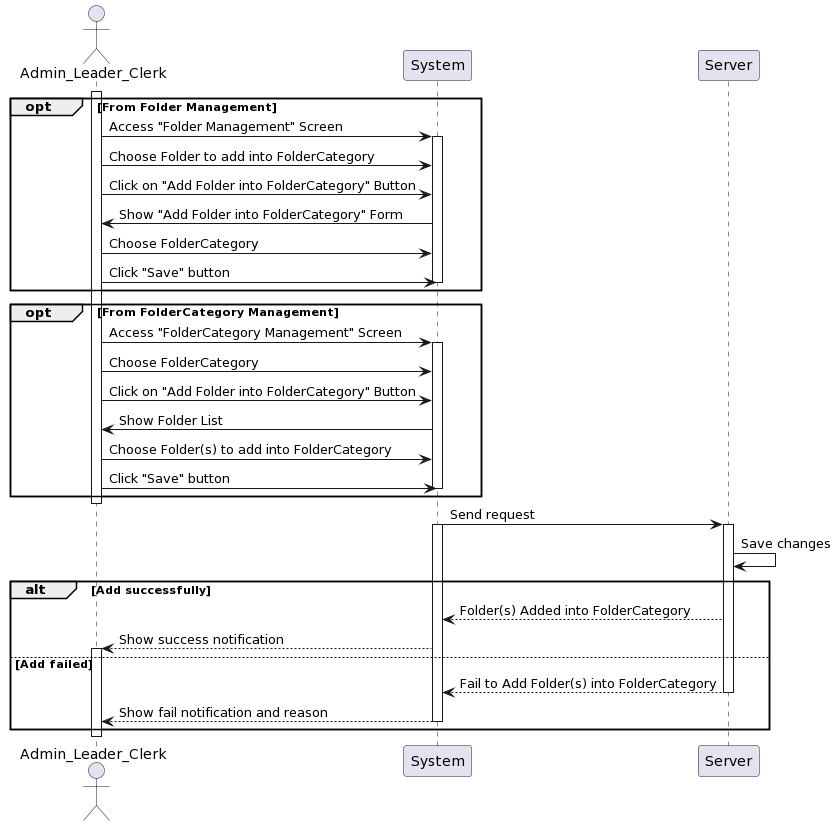
khoapham1003/SE357-Pratice-class keeps this PlantUML diagram as Lab1/Lab1.2/SequenceDiagram/FolderCategory/AddFolderintoFolderCategory/AddFolderintoFolderCategory_SequenceDiagram.png. Above is the earlier version.
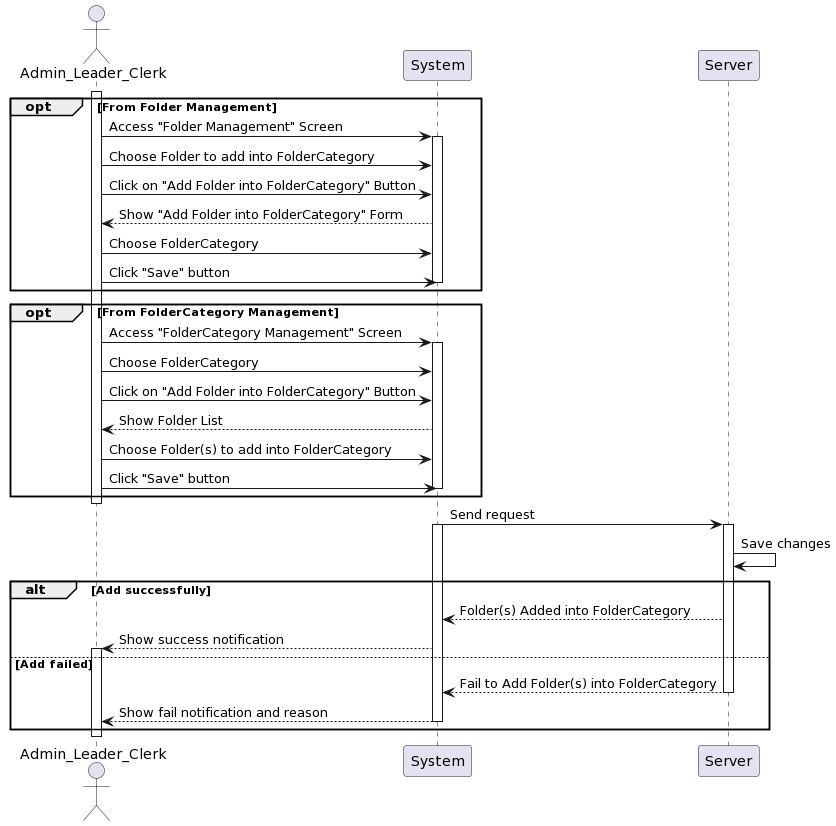
After the change.

What changed in the source:
```diff
@@ -9,7 +9,7 @@
 activate System
     User -> System: Choose Folder to add into FolderCategory
     User -> System: Click on "Add Folder into FolderCategory" Button
-    System -> User: Show "Add Folder into FolderCategory" Form
+    System --> User: Show "Add Folder into FolderCategory" Form
     User -> System: Choose FolderCategory
     User -> System: Click "Save" button
 deactivate System
@@ -20,7 +20,7 @@
 activate System
     User -> System: Choose FolderCategory
     User -> System: Click on "Add Folder into FolderCategory" Button
-    System -> User: Show Folder List
+    System --> User: Show Folder List
     User -> System: Choose Folder(s) to add into FolderCategory
     User -> System: Click "Save" button
 deactivate System
```
